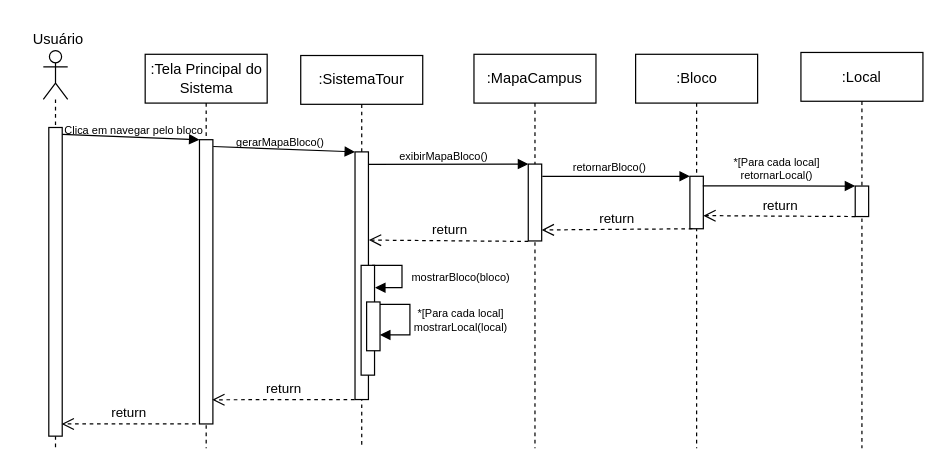
Earlier version of the draw.io diagram DiagramaDeSequencia-NavegarPeloBloco.drawio (Gigagiga1234/Tour-Virtual). Source tidied: cells renumbered, new cells numbered last; positions are measured from the earlier drawing's top-left corner, leaving out a move shared by most shapes. Both pictures are drawn from the tidied source at 122%, with x=0, y=0 at pixel (21, 21).
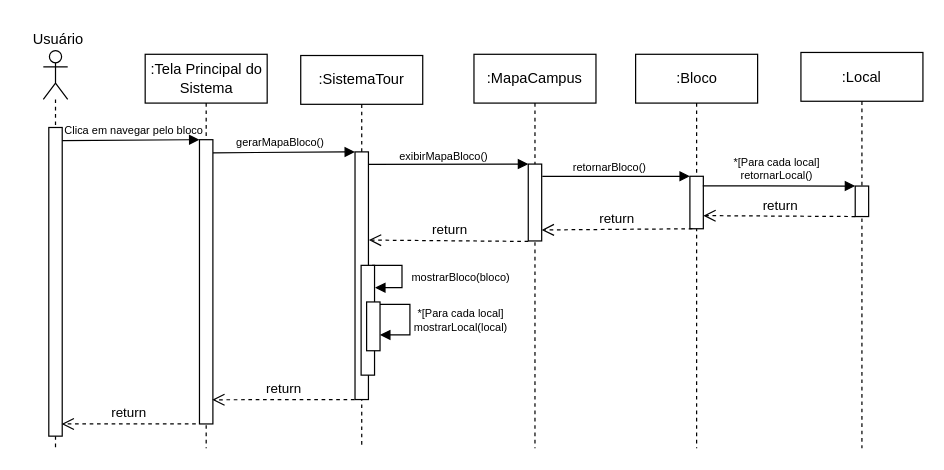
Above is the later version.

Unchanged cells that the change refers to:
```xml
<mxCell id="7" style="rounded=0;whiteSpace=wrap;html=1;" parent="1" vertex="1">
  <mxGeometry x="22.5" y="87" width="11" height="253" as="geometry" />
</mxCell>
<mxCell id="8" value="Clica em navegar pelo bloco" style="text;html=1;align=center;verticalAlign=middle;points=[];strokeColor=none;fillColor=none;fontSize=9;" parent="1" vertex="1">
  <mxGeometry x="22" y="80" width="140" height="20" as="geometry" />
</mxCell>
<mxCell id="9" style="rounded=0;whiteSpace=wrap;html=1;" parent="1" vertex="1">
  <mxGeometry x="146" y="97" width="11" height="233" as="geometry" />
</mxCell>
<mxCell id="18" style="rounded=0;whiteSpace=wrap;html=1;" parent="1" vertex="1">
  <mxGeometry x="273.5" y="107" width="11" height="203" as="geometry" />
</mxCell>
```

The edit, as a diff of the source:
```diff
@@
-    <mxCell id="10" style="endArrow=block;html=1;rounded=0;exitX=1.003;exitY=0.022;exitDx=0;exitDy=0;exitPerimeter=0;entryX=0;entryY=0;entryDx=0;entryDy=0;endFill=1;" parent="1" edge="1" source="7" target="9">
+    <mxCell id="10" style="endArrow=block;html=1;rounded=0;exitX=0.082;exitY=0.884;exitDx=0;exitDy=0;exitPerimeter=0;entryX=0;entryY=0;entryDx=0;entryDy=0;endFill=1;" parent="1" edge="1" source="8" target="9">
       <mxGeometry relative="1" as="geometry" />
     </mxCell>
-    <mxCell id="11" style="endArrow=block;html=1;rounded=0;exitX=1.023;exitY=0.024;exitDx=0;exitDy=0;exitPerimeter=0;entryX=0;entryY=0;entryDx=0;entryDy=0;endFill=1;" parent="1" edge="1" source="9" target="18">
+    <mxCell id="11" style="endArrow=block;html=1;rounded=0;exitX=1.009;exitY=0.046;exitDx=0;exitDy=0;exitPerimeter=0;entryX=0;entryY=0;entryDx=0;entryDy=0;endFill=1;" parent="1" edge="1" source="9" target="18">
       <mxGeometry relative="1" as="geometry" />
     </mxCell>
```
